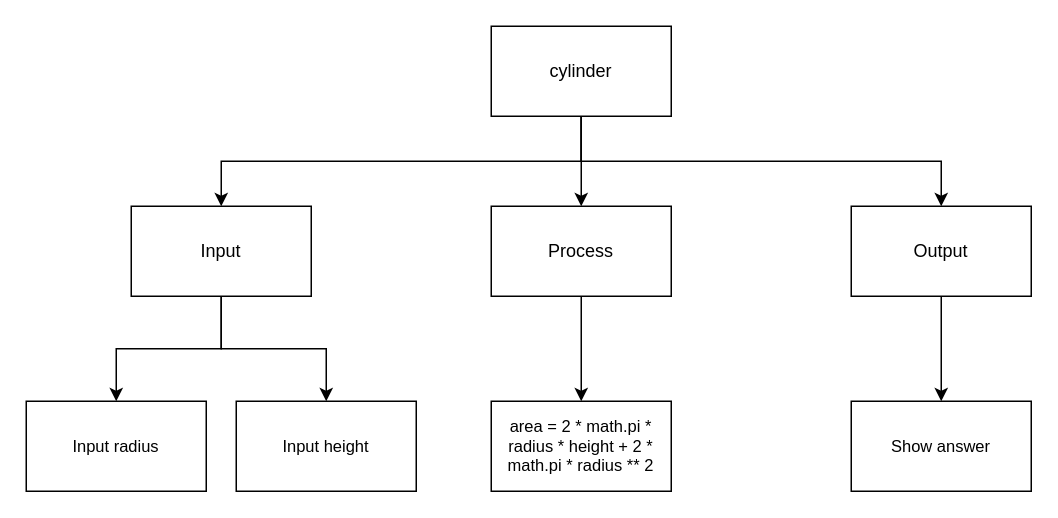
Before: design.drawio in Aleksandr-Ten/ICS3U-Assignment-7-Python, a draw.io diagram. Source tidied: cells renumbered, new cells numbered last; positions are measured from the earlier drawing's top-left corner, leaving out a move shared by most shapes. Both pictures are drawn from the tidied source at 150%, with x=0, y=0 at pixel (26, 26).
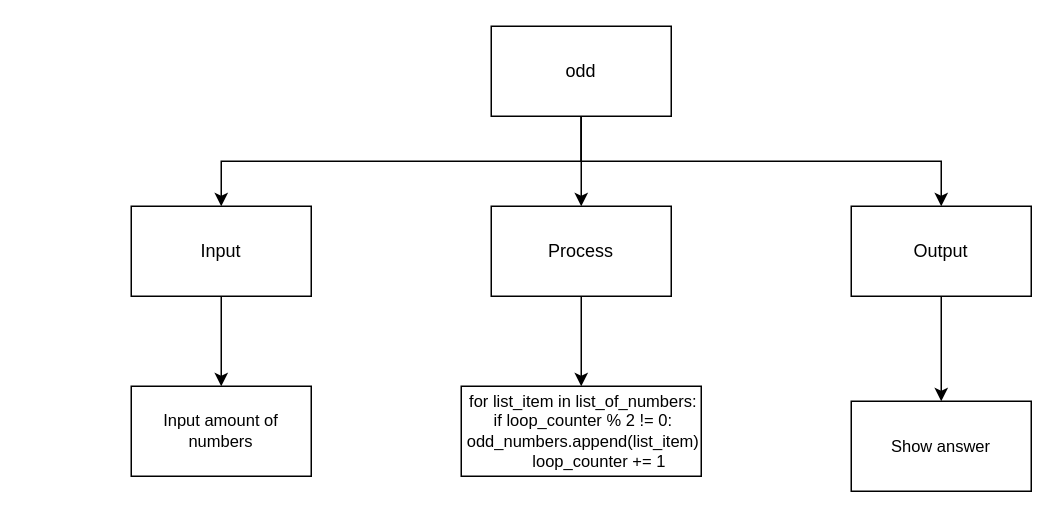
Above is the later version.

What changed in the source:
```diff
@@
 <mxGraphModel>
   <root>
     <mxCell id="0" />
     <mxCell id="1" parent="0" />
     <mxCell id="2" style="edgeStyle=orthogonalEdgeStyle;html=1;exitX=0.5;exitY=1;exitDx=0;exitDy=0;entryX=0.5;entryY=0;entryDx=0;entryDy=0;rounded=0;" parent="1" edge="1" source="5" target="7">
       <mxGeometry relative="1" as="geometry" />
     </mxCell>
     <mxCell id="3" style="edgeStyle=orthogonalEdgeStyle;shape=connector;rounded=0;html=1;labelBackgroundColor=default;fontFamily=Helvetica;fontSize=11;fontColor=default;endArrow=classic;strokeColor=default;exitX=0.5;exitY=1;exitDx=0;exitDy=0;" parent="1" edge="1" source="5" target="9">
       <mxGeometry relative="1" as="geometry" />
     </mxCell>
     <mxCell id="4" style="edgeStyle=orthogonalEdgeStyle;html=1;exitX=0.5;exitY=1;exitDx=0;exitDy=0;entryX=0.5;entryY=0;entryDx=0;entryDy=0;rounded=0;" parent="1" edge="1" source="5" target="14">
       <mxGeometry relative="1" as="geometry" />
     </mxCell>
-    <mxCell id="5" value="cylinder" style="rounded=0;whiteSpace=wrap;html=1;" parent="1" vertex="1">
+    <mxCell id="5" value="odd" style="rounded=0;whiteSpace=wrap;html=1;" parent="1" vertex="1">
       <mxGeometry x="310" width="120" height="60" as="geometry" />
     </mxCell>
     <mxCell id="6" style="edgeStyle=orthogonalEdgeStyle;shape=connector;rounded=0;html=1;exitX=0.5;exitY=1;exitDx=0;exitDy=0;labelBackgroundColor=default;fontFamily=Helvetica;fontSize=11;fontColor=default;endArrow=classic;strokeColor=default;" parent="1" edge="1" source="7" target="10">
       <mxGeometry relative="1" as="geometry" />
     </mxCell>
     <mxCell id="7" value="Process" style="rounded=0;whiteSpace=wrap;html=1;" parent="1" vertex="1">
       <mxGeometry x="310" y="120" width="120" height="60" as="geometry" />
     </mxCell>
     <mxCell id="8" style="edgeStyle=orthogonalEdgeStyle;shape=connector;rounded=0;html=1;labelBackgroundColor=default;fontFamily=Helvetica;fontSize=11;fontColor=default;endArrow=classic;strokeColor=default;" parent="1" edge="1" source="9" target="11">
       <mxGeometry relative="1" as="geometry" />
     </mxCell>
     <mxCell id="9" value="Output" style="rounded=0;whiteSpace=wrap;html=1;" parent="1" vertex="1">
       <mxGeometry x="550" y="120" width="120" height="60" as="geometry" />
     </mxCell>
-    <mxCell id="10" value="area = 2 * math.pi * radius * height + 2 * math.pi * radius ** 2" style="rounded=0;whiteSpace=wrap;html=1;fontFamily=Helvetica;fontSize=11;fontColor=default;" parent="1" vertex="1">
-      <mxGeometry x="310" y="250" width="120" height="60" as="geometry" />
+    <mxCell id="10" value="&amp;nbsp;for list_item in list_of_numbers:&lt;br&gt;&amp;nbsp;if loop_counter % 2 != 0:&lt;br&gt;&lt;div&gt;&amp;nbsp;odd_numbers.append(list_item)&lt;/div&gt;&lt;div&gt;&amp;nbsp; &amp;nbsp; &amp;nbsp; &amp;nbsp; loop_counter += 1&lt;/div&gt;" style="rounded=0;whiteSpace=wrap;html=1;fontFamily=Helvetica;fontSize=11;fontColor=default;" parent="1" vertex="1">
+      <mxGeometry x="290" y="240" width="160" height="60" as="geometry" />
     </mxCell>
     <mxCell id="11" value="Show answer" style="rounded=0;whiteSpace=wrap;html=1;fontFamily=Helvetica;fontSize=11;fontColor=default;" parent="1" vertex="1">
       <mxGeometry x="550" y="250" width="120" height="60" as="geometry" />
     </mxCell>
     <mxCell id="12" style="edgeStyle=orthogonalEdgeStyle;shape=connector;rounded=0;html=1;exitX=0.5;exitY=1;exitDx=0;exitDy=0;labelBackgroundColor=default;fontFamily=Helvetica;fontSize=11;fontColor=default;endArrow=classic;strokeColor=default;" parent="1" edge="1" source="14" target="15">
       <mxGeometry relative="1" as="geometry" />
     </mxCell>
-    <mxCell id="13" style="edgeStyle=orthogonalEdgeStyle;shape=connector;rounded=0;html=1;exitX=0.5;exitY=1;exitDx=0;exitDy=0;labelBackgroundColor=default;fontFamily=Helvetica;fontSize=11;fontColor=default;endArrow=classic;strokeColor=default;" parent="1" edge="1" source="14" target="16">
-      <mxGeometry relative="1" as="geometry" />
-    </mxCell>
     <mxCell id="14" value="Input" style="rounded=0;whiteSpace=wrap;html=1;" parent="1" vertex="1">
       <mxGeometry x="70" y="120" width="120" height="60" as="geometry" />
     </mxCell>
-    <mxCell id="15" value="Input radius" style="rounded=0;whiteSpace=wrap;html=1;fontFamily=Helvetica;fontSize=11;fontColor=default;" parent="1" vertex="1">
-      <mxGeometry y="250" width="120" height="60" as="geometry" />
+    <mxCell id="15" value="Input amount of numbers" style="rounded=0;whiteSpace=wrap;html=1;fontFamily=Helvetica;fontSize=11;fontColor=default;" parent="1" vertex="1">
+      <mxGeometry x="70" y="240" width="120" height="60" as="geometry" />
     </mxCell>
-    <mxCell id="16" value="Input height" style="rounded=0;whiteSpace=wrap;html=1;fontFamily=Helvetica;fontSize=11;fontColor=default;" parent="1" vertex="1">
-      <mxGeometry x="140" y="250" width="120" height="60" as="geometry" />
-    </mxCell>
   </root>
 </mxGraphModel>
```
